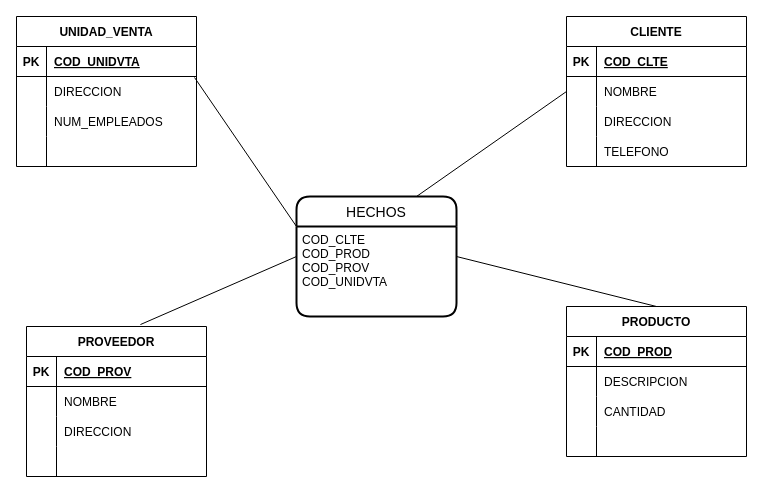
This is DiseñoEstrella.drawio from AOlmosPilares/Base-de-Datos, a draw.io file, before an edit. Source tidied: cells renumbered, new cells numbered last; positions are measured from the earlier drawing's top-left corner, leaving out a move shared by most shapes. Both pictures are drawn from the tidied source at 100%, with x=0, y=0 at pixel (16, 16).
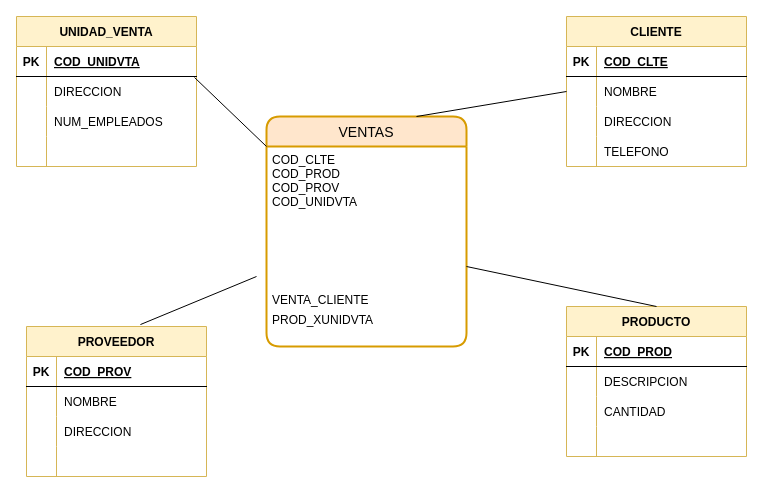
The same page after the edit.

The edit, as a diff of the source:
```diff
@@
-    <mxCell id="2" value="PRODUCTO" style="shape=table;startSize=30;childLayout=tableLayout;rowLines=0;fontStyle=1;align=center;" parent="1" vertex="1">
+    <mxCell id="2" value="PRODUCTO" style="shape=table;startSize=30;childLayout=tableLayout;rowLines=0;fontStyle=1;align=center;fillColor=#fff2cc;strokeColor=#d6b656;" parent="1" vertex="1">
       <mxGeometry x="550" y="290" width="180" height="150" as="geometry" />
     </mxCell>
@@
-    <mxCell id="15" value="CLIENTE" style="shape=table;startSize=30;childLayout=tableLayout;rowLines=0;fontStyle=1;align=center;" parent="1" vertex="1">
+    <mxCell id="15" value="CLIENTE" style="shape=table;startSize=30;childLayout=tableLayout;rowLines=0;fontStyle=1;align=center;fillColor=#fff2cc;strokeColor=#d6b656;" parent="1" vertex="1">
       <mxGeometry x="550" width="180" height="150" as="geometry" />
     </mxCell>
@@
-    <mxCell id="28" value="UNIDAD_VENTA" style="shape=table;startSize=30;childLayout=tableLayout;rowLines=0;fontStyle=1;align=center;" parent="1" vertex="1">
+    <mxCell id="28" value="UNIDAD_VENTA" style="shape=table;startSize=30;childLayout=tableLayout;rowLines=0;fontStyle=1;align=center;fillColor=#fff2cc;strokeColor=#d6b656;" parent="1" vertex="1">
       <mxGeometry width="180" height="150" as="geometry" />
     </mxCell>
@@
-    <mxCell id="41" value="PROVEEDOR" style="shape=table;startSize=30;childLayout=tableLayout;rowLines=0;fontStyle=1;align=center;" parent="1" vertex="1">
+    <mxCell id="41" value="PROVEEDOR" style="shape=table;startSize=30;childLayout=tableLayout;rowLines=0;fontStyle=1;align=center;fillColor=#fff2cc;strokeColor=#d6b656;" parent="1" vertex="1">
       <mxGeometry x="10" y="310" width="180" height="150" as="geometry" />
     </mxCell>
@@
-    <mxCell id="54" value="HECHOS" style="swimlane;horizontal=1;startSize=30;rounded=1;fontSize=14;fontStyle=0;strokeWidth=2;shadow=0;dashed=0;align=center;" parent="1" vertex="1">
-      <mxGeometry x="280" y="180" width="160" height="120" as="geometry" />
+    <mxCell id="54" value="VENTAS" style="swimlane;horizontal=1;startSize=30;rounded=1;fontSize=14;fontStyle=0;strokeWidth=2;shadow=0;dashed=0;align=center;fillColor=#ffe6cc;strokeColor=#d79b00;" parent="1" vertex="1">
+      <mxGeometry x="250" y="100" width="200" height="230" as="geometry" />
     </mxCell>
     <mxCell id="55" value="COD_CLTE&#10;COD_PROD&#10;COD_PROV&#10;COD_UNIDVTA" style="align=left;strokeColor=none;fillColor=none;spacingLeft=4;fontSize=12;verticalAlign=top;" parent="54" vertex="1">
-      <mxGeometry y="30" width="160" height="90" as="geometry" />
+      <mxGeometry y="30" width="200" height="140" as="geometry" />
     </mxCell>
+    <mxCell id="60" value="VENTA_CLIENTE" style="text;strokeColor=none;fillColor=none;spacingLeft=4;spacingRight=4;overflow=hidden;fontSize=12;" parent="54" vertex="1">
+      <mxGeometry y="170" width="200" height="20" as="geometry" />
+    </mxCell>
+    <mxCell id="61" value="PROD_XUNIDVTA" style="text;strokeColor=none;fillColor=none;spacingLeft=4;spacingRight=4;overflow=hidden;fontSize=12;" parent="54" vertex="1">
+      <mxGeometry y="190" width="200" height="40" as="geometry" />
+    </mxCell>
@@
     <mxCell id="57" style="endArrow=none;html=1;rounded=0;entryX=0.633;entryY=-0.013;entryDx=0;entryDy=0;entryPerimeter=0;" parent="1" edge="1" target="41">
       <mxGeometry relative="1" as="geometry">
-        <mxPoint x="280" y="240" as="sourcePoint" />
+        <mxPoint x="240" y="260" as="sourcePoint" />
       </mxGeometry>
     </mxCell>
     <mxCell id="58" style="endArrow=none;html=1;rounded=0;exitX=0.5;exitY=0;exitDx=0;exitDy=0;" parent="1" edge="1" source="2">
       <mxGeometry relative="1" as="geometry">
-        <mxPoint x="440" y="240" as="targetPoint" />
+        <mxPoint x="450" y="250" as="targetPoint" />
       </mxGeometry>
     </mxCell>
```
